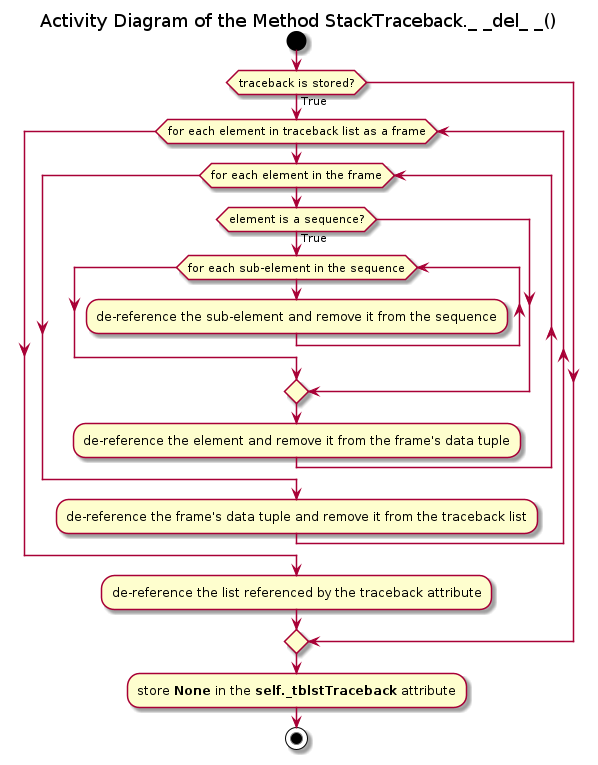
The PlantUML diagram Documentation/UML/traceback/traceback_stacktraceback_del.png in FooBarShebang/introspection_lib, before a commit.
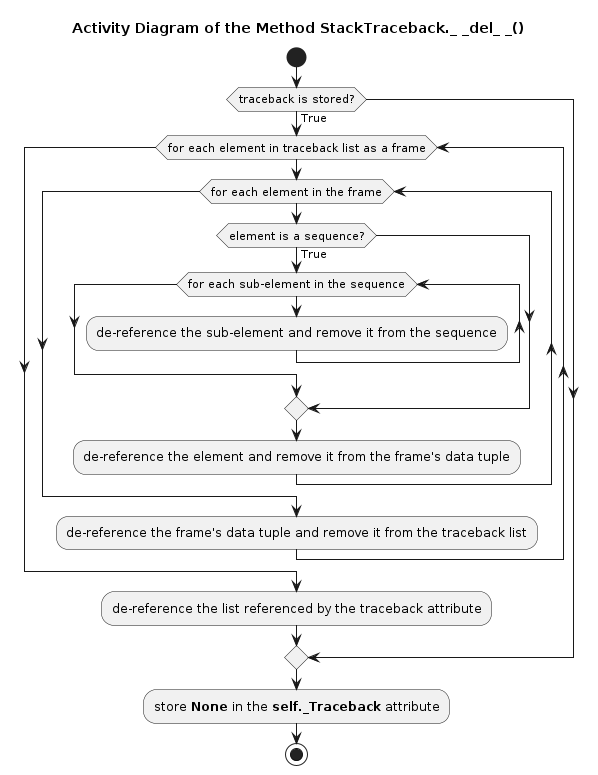
After the commit.

What changed in the source:
```diff
@@ -22,7 +22,7 @@
     :de-reference the list referenced by the traceback attribute;
 endif
 
-:store <b>None</b> in the <b>self._tblstTraceback</b> attribute;
+:store <b>None</b> in the <b>self._Traceback</b> attribute;
 
 stop
 
```
